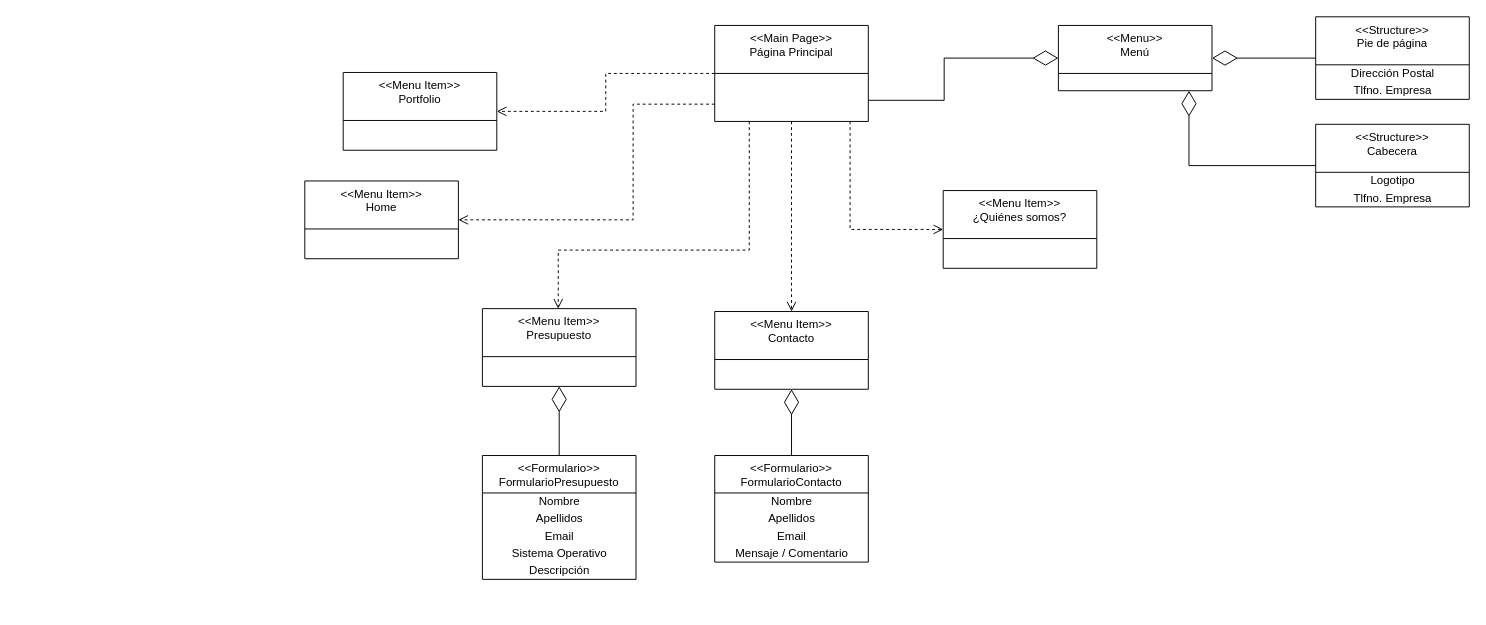
EsDeSepa/GSI-2122-G04 keeps this draw.io diagram as Entrega 1 (29 Octubre)/Documentación Análisis/UMLv1.drawio. Above is the earlier version. Source tidied: cells renumbered, new cells numbered last; positions are measured from the earlier drawing's top-left corner, leaving out a move shared by most shapes. Both pictures are drawn from the tidied source at 96%, with x=0, y=0 at pixel (304, 16).
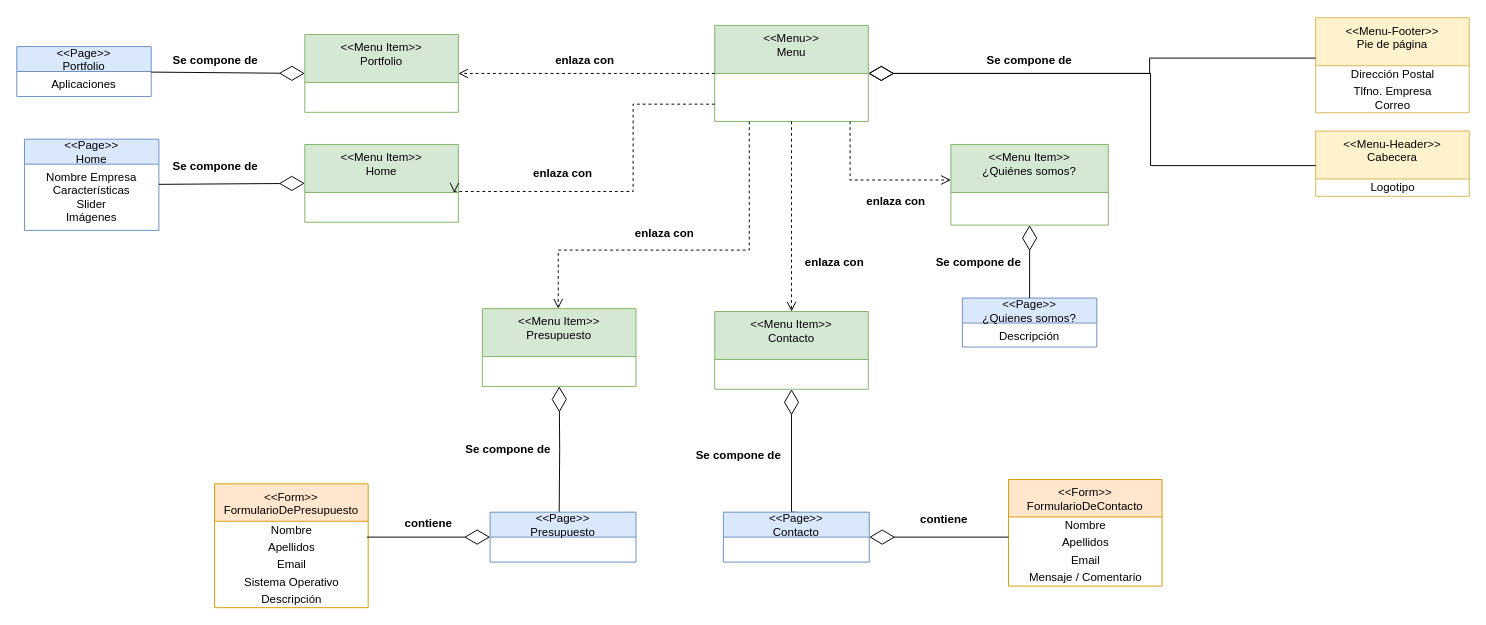
The same diagram, later.

Commit message (it also covers changes not shown here):
Mejora en SCRUM, Diseño Y UML CMS-2

The edit, as a diff of the source:
```diff
@@
-    <mxCell id="2" value="&lt;&lt;Main Page&gt;&gt;&#10;Página Principal" style="swimlane;fontStyle=0;align=center;verticalAlign=top;horizontal=1;startSize=50;" parent="1" vertex="1">
+    <mxCell id="2" value="&lt;&lt;Menu&gt;&gt;&#10;Menu" style="swimlane;fontStyle=0;align=center;verticalAlign=top;horizontal=1;startSize=50;fillColor=#d5e8d4;strokeColor=#82b366;" parent="1" vertex="1">
       <mxGeometry x="427" y="9" width="160" height="100" as="geometry" />
     </mxCell>
-    <mxCell id="3" value="&lt;&lt;Menu Item&gt;&gt;&#10;Portfolio" style="swimlane;fontStyle=0;align=center;verticalAlign=top;horizontal=1;startSize=50;" parent="1" vertex="1">
-      <mxGeometry x="40" y="58" width="160" height="81" as="geometry" />
+    <mxCell id="3" value="&lt;&lt;Menu Item&gt;&gt;&#10;Portfolio" style="swimlane;fontStyle=0;align=center;verticalAlign=top;horizontal=1;startSize=50;fillColor=#d5e8d4;strokeColor=#82b366;" parent="1" vertex="1">
+      <mxGeometry y="18.5" width="160" height="81" as="geometry" />
     </mxCell>
-    <mxCell id="4" value="&lt;&lt;Menu Item&gt;&gt;&#10;¿Quiénes somos?" style="swimlane;fontStyle=0;align=center;verticalAlign=top;horizontal=1;startSize=50;" parent="1" vertex="1">
-      <mxGeometry x="665" y="181" width="160" height="81" as="geometry" />
+    <mxCell id="4" value="&lt;&lt;Menu Item&gt;&gt;&#10;¿Quiénes somos?" style="swimlane;fontStyle=0;align=center;verticalAlign=top;horizontal=1;startSize=50;fillColor=#d5e8d4;strokeColor=#82b366;" parent="1" vertex="1">
+      <mxGeometry x="673" y="133" width="164" height="84" as="geometry" />
     </mxCell>
-    <mxCell id="5" value="&lt;&lt;Menu Item&gt;&gt;&#10;Presupuesto" style="swimlane;fontStyle=0;align=center;verticalAlign=top;horizontal=1;startSize=50;" parent="1" vertex="1">
+    <mxCell id="5" value="&lt;&lt;Menu Item&gt;&gt;&#10;Presupuesto" style="swimlane;fontStyle=0;align=center;verticalAlign=top;horizontal=1;startSize=50;fillColor=#d5e8d4;strokeColor=#82b366;" parent="1" vertex="1">
       <mxGeometry x="185" y="304" width="160" height="81" as="geometry" />
     </mxCell>
-    <mxCell id="6" value="&lt;&lt;Formulario&gt;&gt;&#10;FormularioContacto" style="swimlane;fontStyle=0;align=center;verticalAlign=top;horizontal=1;startSize=39;" parent="1" vertex="1">
-      <mxGeometry x="427" y="457" width="160" height="111" as="geometry" />
+    <mxCell id="6" value="&lt;&lt;Form&gt;&gt;&#10;FormularioDeContacto" style="swimlane;fontStyle=0;align=center;verticalAlign=top;horizontal=1;startSize=39;fillColor=#ffe6cc;strokeColor=#d79b00;" parent="1" vertex="1">
+      <mxGeometry x="733" y="482" width="160" height="111" as="geometry" />
     </mxCell>
@@
-    <mxCell id="11" value="&lt;&lt;Menu&gt;&gt;&#10;Menú" style="swimlane;fontStyle=0;align=center;verticalAlign=top;horizontal=1;startSize=50;" parent="1" vertex="1">
-      <mxGeometry x="785" y="9" width="160" height="68" as="geometry" />
-    </mxCell>
-    <mxCell id="12" value="&lt;&lt;Structure&gt;&gt;&#10;Cabecera" style="swimlane;fontStyle=0;align=center;verticalAlign=top;horizontal=1;startSize=50;" parent="1" vertex="1">
-      <mxGeometry x="1053" y="112" width="160" height="86" as="geometry" />
+    <mxCell id="12" value="&lt;&lt;Menu-Header&gt;&gt;&#10;Cabecera" style="swimlane;fontStyle=0;align=center;verticalAlign=top;horizontal=1;startSize=50;fillColor=#fff2cc;strokeColor=#d6b656;" parent="1" vertex="1">
+      <mxGeometry x="1053" y="119" width="160" height="68" as="geometry" />
     </mxCell>
@@
-    <mxCell id="14" value="Tlfno. Empresa" style="text;html=1;align=center;verticalAlign=middle;" parent="12" vertex="1">
-      <mxGeometry y="68" width="160" height="18" as="geometry" />
-    </mxCell>
-    <mxCell id="15" value="&lt;&lt;Structure&gt;&gt;&#10;Pie de página" style="swimlane;fontStyle=0;align=center;verticalAlign=top;horizontal=1;startSize=50;" parent="1" vertex="1">
-      <mxGeometry x="1053" width="160" height="86" as="geometry" />
+    <mxCell id="15" value="&lt;&lt;Menu-Footer&gt;&gt;&#10;Pie de página" style="swimlane;fontStyle=0;align=center;verticalAlign=top;horizontal=1;startSize=50;fillColor=#fff2cc;strokeColor=#d6b656;" parent="1" vertex="1">
+      <mxGeometry x="1053" y="1" width="160" height="99" as="geometry" />
     </mxCell>
@@
-    <mxCell id="17" value="Tlfno. Empresa" style="text;html=1;align=center;verticalAlign=middle;" parent="15" vertex="1">
-      <mxGeometry y="68" width="160" height="18" as="geometry" />
+    <mxCell id="17" value="Tlfno. Empresa&lt;br&gt;Correo&lt;br&gt;" style="text;html=1;align=center;verticalAlign=middle;" parent="15" vertex="1">
+      <mxGeometry y="68" width="160" height="31" as="geometry" />
     </mxCell>
-    <mxCell id="18" style="endArrow=diamondThin;endFill=0;endSize=24;html=1;rounded=0;edgeStyle=orthogonalEdgeStyle;entryX=0;entryY=0.5;entryDx=0;entryDy=0;" parent="1" edge="1" source="2" target="11">
-      <mxGeometry relative="1" as="geometry">
-        <Array as="points">
-          <mxPoint x="666" y="87" />
-          <mxPoint x="666" y="43" />
-        </Array>
-      </mxGeometry>
-    </mxCell>
-    <mxCell id="19" style="endArrow=diamondThin;endFill=0;endSize=24;html=1;rounded=0;edgeStyle=orthogonalEdgeStyle;" parent="1" edge="1" source="12" target="11">
+    <mxCell id="19" style="endArrow=diamondThin;endFill=0;endSize=24;html=1;rounded=0;edgeStyle=orthogonalEdgeStyle;" parent="1" edge="1" source="12" target="2">
       <mxGeometry relative="1" as="geometry">
         <Array as="points">
-          <mxPoint x="921" y="155" />
+          <mxPoint x="1130" y="155" />
+          <mxPoint x="881" y="155" />
+          <mxPoint x="881" y="59" />
         </Array>
       </mxGeometry>
     </mxCell>
     <mxCell id="20" style="html=1;verticalAlign=bottom;endArrow=open;dashed=1;endSize=8;rounded=0;edgeStyle=orthogonalEdgeStyle;" parent="1" edge="1" source="2" target="4">
       <mxGeometry x="0.06" y="33" relative="1" as="geometry">
         <Array as="points">
-          <mxPoint x="568" y="162" />
-          <mxPoint x="568" y="162" />
+          <mxPoint x="568" y="170" />
         </Array>
       </mxGeometry>
     </mxCell>
@@
-    <mxCell id="22" value="&lt;&lt;Formulario&gt;&gt;&#10;FormularioPresupuesto" style="swimlane;fontStyle=0;align=center;verticalAlign=top;horizontal=1;startSize=39;" parent="1" vertex="1">
-      <mxGeometry x="185" y="457" width="160" height="129" as="geometry" />
+    <mxCell id="22" value="&lt;&lt;Form&gt;&gt;&#10;FormularioDePresupuesto" style="swimlane;fontStyle=0;align=center;verticalAlign=top;horizontal=1;startSize=39;fillColor=#ffe6cc;strokeColor=#d79b00;" parent="1" vertex="1">
+      <mxGeometry x="-94" y="486.5" width="160" height="129" as="geometry" />
     </mxCell>
@@
-    <mxCell id="28" value="&lt;&lt;Menu Item&gt;&gt;&#10;Contacto" style="swimlane;fontStyle=0;align=center;verticalAlign=top;horizontal=1;startSize=50;" parent="1" vertex="1">
+    <mxCell id="28" value="&lt;&lt;Menu Item&gt;&gt;&#10;Contacto" style="swimlane;fontStyle=0;align=center;verticalAlign=top;horizontal=1;startSize=50;fillColor=#d5e8d4;strokeColor=#82b366;" parent="1" vertex="1">
       <mxGeometry x="427" y="307" width="160" height="81" as="geometry" />
     </mxCell>
@@
-    <mxCell id="30" style="endArrow=diamondThin;endFill=0;endSize=24;html=1;rounded=0;edgeStyle=orthogonalEdgeStyle;" parent="1" edge="1" source="15" target="11">
-      <mxGeometry relative="1" as="geometry" />
+    <mxCell id="30" style="endArrow=diamondThin;endFill=0;endSize=24;html=1;rounded=0;edgeStyle=orthogonalEdgeStyle;" parent="1" edge="1" source="15" target="2">
+      <mxGeometry relative="1" as="geometry">
+        <Array as="points">
+          <mxPoint x="880" y="43" />
+          <mxPoint x="880" y="59" />
+        </Array>
+      </mxGeometry>
     </mxCell>
@@
-    <mxCell id="32" value="&lt;&lt;Menu Item&gt;&gt;&#10;Home" style="swimlane;fontStyle=0;align=center;verticalAlign=top;horizontal=1;startSize=50;" parent="1" vertex="1">
-      <mxGeometry y="171" width="160" height="81" as="geometry" />
+    <mxCell id="32" value="&lt;&lt;Menu Item&gt;&gt;&#10;Home" style="swimlane;fontStyle=0;align=center;verticalAlign=top;horizontal=1;startSize=50;fillColor=#d5e8d4;strokeColor=#82b366;" parent="1" vertex="1">
+      <mxGeometry y="133" width="160" height="81" as="geometry" />
     </mxCell>
-    <mxCell id="33" style="html=1;verticalAlign=bottom;endArrow=open;dashed=1;endSize=8;rounded=0;edgeStyle=orthogonalEdgeStyle;entryX=1;entryY=0.5;entryDx=0;entryDy=0;" parent="1" edge="1" source="2" target="32">
+    <mxCell id="33" style="html=1;verticalAlign=bottom;endArrow=open;dashed=1;endSize=8;rounded=0;edgeStyle=orthogonalEdgeStyle;entryX=0.973;entryY=0.618;entryDx=0;entryDy=0;entryPerimeter=0;" parent="1" edge="1" source="2" target="32">
       <mxGeometry x="1" y="164" relative="1" as="geometry">
         <Array as="points">
           <mxPoint x="342" y="91" />
-          <mxPoint x="342" y="212" />
+          <mxPoint x="342" y="182" />
+          <mxPoint x="156" y="182" />
         </Array>
         <mxPoint x="-53" y="-9" as="offset" />
       </mxGeometry>
     </mxCell>
-    <mxCell id="34" style="endArrow=diamondThin;endFill=0;endSize=24;html=1;rounded=0;edgeStyle=orthogonalEdgeStyle;" parent="1" edge="1" source="22" target="5">
-      <mxGeometry relative="1" as="geometry" />
+    <mxCell id="34" style="endArrow=diamondThin;endFill=0;endSize=24;html=1;rounded=0;edgeStyle=orthogonalEdgeStyle;" parent="1" edge="1" target="5">
+      <mxGeometry relative="1" as="geometry">
+        <mxPoint x="265" y="516" as="sourcePoint" />
+      </mxGeometry>
     </mxCell>
-    <mxCell id="35" style="endArrow=diamondThin;endFill=0;endSize=24;html=1;rounded=0;edgeStyle=orthogonalEdgeStyle;" parent="1" edge="1" source="6" target="28">
-      <mxGeometry relative="1" as="geometry" />
+    <mxCell id="35" style="endArrow=diamondThin;endFill=0;endSize=24;html=1;rounded=0;edgeStyle=orthogonalEdgeStyle;exitX=0.5;exitY=0;exitDx=0;exitDy=0;" parent="1" edge="1" source="44" target="28">
+      <mxGeometry relative="1" as="geometry">
+        <Array as="points">
+          <mxPoint x="507" y="516" />
+        </Array>
+      </mxGeometry>
     </mxCell>
+    <mxCell id="36" value="&lt;&lt;Page&gt;&gt;&#10;Portfolio" style="swimlane;fontStyle=0;horizontal=1;startSize=26;fillColor=#dae8fc;align=center;strokeColor=#6c8ebf;" parent="1" vertex="1">
+      <mxGeometry x="-300" y="31" width="140" height="52" as="geometry" />
+    </mxCell>
+    <mxCell id="37" value="Aplicaciones" style="text;strokeColor=none;fillColor=none;align=center;verticalAlign=top;spacingLeft=4;spacingRight=4;overflow=hidden;" parent="36" vertex="1">
+      <mxGeometry y="26" width="140" height="26" as="geometry" />
+    </mxCell>
+    <mxCell id="38" style="endArrow=diamondThin;endFill=0;endSize=24;html=1;rounded=0;entryX=0;entryY=0.5;entryDx=0;entryDy=0;" parent="1" edge="1" source="36" target="3">
+      <mxGeometry relative="1" as="geometry" />
+    </mxCell>
+    <mxCell id="39" value="&lt;&lt;Page&gt;&gt;&#10;Home" style="swimlane;fontStyle=0;horizontal=1;startSize=26;fillColor=#dae8fc;align=center;strokeColor=#6c8ebf;" parent="1" vertex="1">
+      <mxGeometry x="-292" y="127.5" width="140" height="95" as="geometry" />
+    </mxCell>
+    <mxCell id="40" value="Nombre Empresa&#10;Características&#10;Slider&#10;Imágenes" style="text;strokeColor=none;fillColor=none;align=center;verticalAlign=top;spacingLeft=4;spacingRight=4;overflow=hidden;" parent="39" vertex="1">
+      <mxGeometry y="26" width="140" height="69" as="geometry" />
+    </mxCell>
+    <mxCell id="41" style="endArrow=diamondThin;endFill=0;endSize=24;html=1;rounded=0;entryX=0;entryY=0.5;entryDx=0;entryDy=0;" parent="1" edge="1" source="39" target="32">
+      <mxGeometry relative="1" as="geometry" />
+    </mxCell>
+    <mxCell id="42" value="&lt;&lt;Page&gt;&gt;&#10;Presupuesto" style="swimlane;fontStyle=0;horizontal=1;startSize=26;fillColor=#dae8fc;align=center;strokeColor=#6c8ebf;" parent="1" vertex="1">
+      <mxGeometry x="193" y="516" width="152" height="52" as="geometry" />
+    </mxCell>
+    <mxCell id="43" style="endArrow=diamondThin;endFill=0;endSize=24;html=1;rounded=0;entryX=0;entryY=0.5;entryDx=0;entryDy=0;" parent="1" edge="1" target="42">
+      <mxGeometry relative="1" as="geometry">
+        <mxPoint x="65" y="542" as="sourcePoint" />
+      </mxGeometry>
+    </mxCell>
+    <mxCell id="44" value="&lt;&lt;Page&gt;&gt;&#10;Contacto" style="swimlane;fontStyle=0;horizontal=1;startSize=26;fillColor=#dae8fc;align=center;strokeColor=#6c8ebf;" parent="1" vertex="1">
+      <mxGeometry x="436" y="516" width="152" height="52" as="geometry" />
+    </mxCell>
+    <mxCell id="45" style="endArrow=diamondThin;endFill=0;endSize=24;html=1;rounded=0;entryX=1;entryY=0.5;entryDx=0;entryDy=0;" parent="1" edge="1" target="44">
+      <mxGeometry relative="1" as="geometry">
+        <mxPoint x="733" y="542" as="sourcePoint" />
+      </mxGeometry>
+    </mxCell>
+    <mxCell id="46" value="&lt;&lt;Page&gt;&gt;&#10;¿Quienes somos?" style="swimlane;fontStyle=0;horizontal=1;startSize=26;fillColor=#dae8fc;align=center;strokeColor=#6c8ebf;" parent="1" vertex="1">
+      <mxGeometry x="685" y="293" width="140" height="51" as="geometry" />
+    </mxCell>
+    <mxCell id="47" value="Descripción" style="text;strokeColor=none;fillColor=none;align=center;verticalAlign=top;spacingLeft=4;spacingRight=4;overflow=hidden;" parent="46" vertex="1">
+      <mxGeometry y="26" width="140" height="25" as="geometry" />
+    </mxCell>
+    <mxCell id="48" style="endArrow=diamondThin;endFill=0;endSize=24;html=1;rounded=0;entryX=0.5;entryY=1;entryDx=0;entryDy=0;exitX=0.5;exitY=0;exitDx=0;exitDy=0;" parent="1" edge="1" source="46" target="4">
+      <mxGeometry relative="1" as="geometry" />
+    </mxCell>
+    <mxCell id="49" value="Se compone de" style="text;align=center;fontStyle=1;verticalAlign=middle;spacingLeft=3;spacingRight=3;strokeColor=none;" parent="1" vertex="1">
+      <mxGeometry x="-133" y="34" width="80" height="22" as="geometry" />
+    </mxCell>
+    <mxCell id="50" value="Se compone de" style="text;align=center;fontStyle=1;verticalAlign=middle;spacingLeft=3;spacingRight=3;strokeColor=none;" parent="1" vertex="1">
+      <mxGeometry x="-133" y="144" width="80" height="22" as="geometry" />
+    </mxCell>
+    <mxCell id="51" value="Se compone de" style="text;align=center;fontStyle=1;verticalAlign=middle;spacingLeft=3;spacingRight=3;strokeColor=none;" parent="1" vertex="1">
+      <mxGeometry x="412" y="445" width="80" height="22" as="geometry" />
+    </mxCell>
+    <mxCell id="52" value="Se compone de" style="text;align=center;fontStyle=1;verticalAlign=middle;spacingLeft=3;spacingRight=3;strokeColor=none;" parent="1" vertex="1">
+      <mxGeometry x="172" y="439" width="80" height="22" as="geometry" />
+    </mxCell>
+    <mxCell id="53" value="Se compone de" style="text;align=center;fontStyle=1;verticalAlign=middle;spacingLeft=3;spacingRight=3;strokeColor=none;" parent="1" vertex="1">
+      <mxGeometry x="662" y="244" width="80" height="22" as="geometry" />
+    </mxCell>
+    <mxCell id="54" value="Se compone de" style="text;align=center;fontStyle=1;verticalAlign=middle;spacingLeft=3;spacingRight=3;strokeColor=none;" parent="1" vertex="1">
+      <mxGeometry x="715" y="34" width="80" height="22" as="geometry" />
+    </mxCell>
+    <mxCell id="55" value="enlaza con" style="text;align=center;fontStyle=1;verticalAlign=middle;spacingLeft=3;spacingRight=3;strokeColor=none;" parent="1" vertex="1">
+      <mxGeometry x="252" y="34" width="80" height="22" as="geometry" />
+    </mxCell>
+    <mxCell id="56" value="enlaza con" style="text;align=center;fontStyle=1;verticalAlign=middle;spacingLeft=3;spacingRight=3;strokeColor=none;" parent="1" vertex="1">
+      <mxGeometry x="229" y="151" width="80" height="22" as="geometry" />
+    </mxCell>
+    <mxCell id="57" value="enlaza con" style="text;align=center;fontStyle=1;verticalAlign=middle;spacingLeft=3;spacingRight=3;strokeColor=none;" parent="1" vertex="1">
+      <mxGeometry x="512" y="244" width="80" height="22" as="geometry" />
+    </mxCell>
+    <mxCell id="58" value="enlaza con" style="text;align=center;fontStyle=1;verticalAlign=middle;spacingLeft=3;spacingRight=3;strokeColor=none;" parent="1" vertex="1">
+      <mxGeometry x="576" y="181" width="80" height="22" as="geometry" />
+    </mxCell>
+    <mxCell id="59" value="enlaza con" style="text;align=center;fontStyle=1;verticalAlign=middle;spacingLeft=3;spacingRight=3;strokeColor=none;" parent="1" vertex="1">
+      <mxGeometry x="335" y="214" width="80" height="22" as="geometry" />
+    </mxCell>
+    <mxCell id="60" value="contiene" style="text;align=center;fontStyle=1;verticalAlign=middle;spacingLeft=3;spacingRight=3;strokeColor=none;" parent="1" vertex="1">
+      <mxGeometry x="89" y="516" width="80" height="22" as="geometry" />
+    </mxCell>
+    <mxCell id="61" value="contiene" style="text;align=center;fontStyle=1;verticalAlign=middle;spacingLeft=3;spacingRight=3;strokeColor=none;" parent="1" vertex="1">
+      <mxGeometry x="626" y="512" width="80" height="22" as="geometry" />
+    </mxCell>
```
